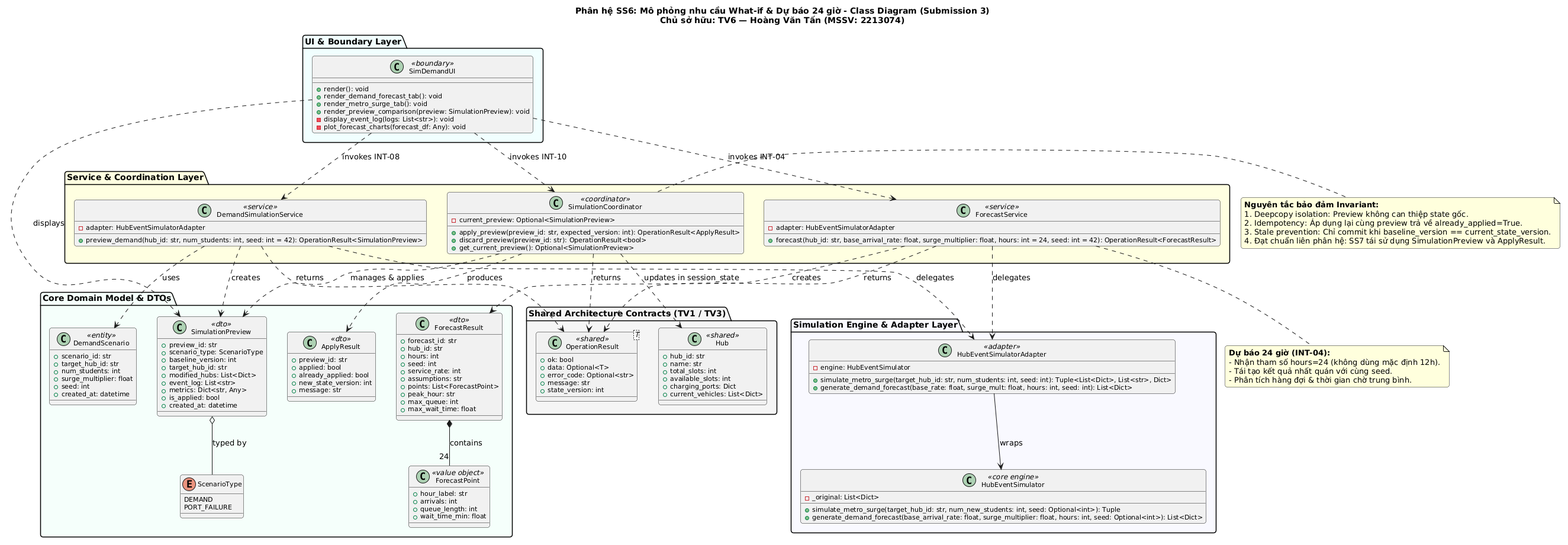
The PlantUML diagram docs/diagrams/submission_3/SS6/class_diagram.png in Dat-nguyen195/BTL_CNPM, before a commit.
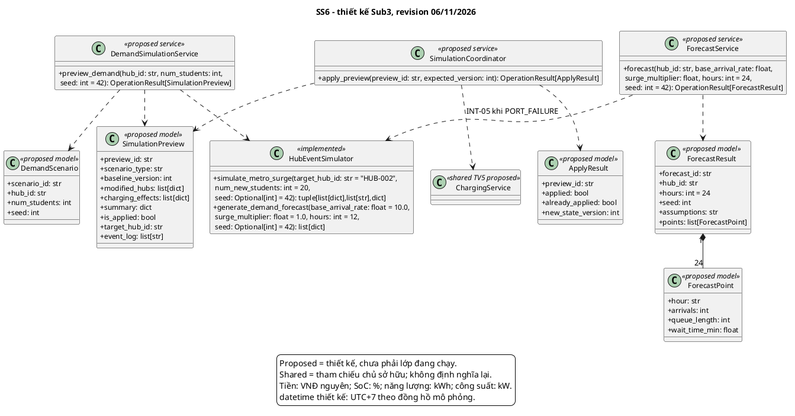
After the change.

The edit, as a diff of the source:
```diff
@@ -1,169 +1,78 @@
-@startuml class_diagram_ss6
+@startuml
 skinparam backgroundColor white
 skinparam shadowing false
-skinparam defaultFontName "Segoe UI", Arial, SansSerif
-skinparam roundCorner 8
-skinparam classFontSize 12
-skinparam classAttributeFontSize 11
+skinparam defaultFontName SansSerif
+skinparam classAttributeIconSize 0
+skinparam classFontSize 14
+skinparam classAttributeFontSize 12
+skinparam nodesep 28
+skinparam ranksep 32
+title SS6 - thiết kế Sub3, revision 06/11/2026
+class DemandScenario <<proposed model>> {
+  +scenario_id: str
+  +hub_id: str
+  +num_students: int
+  +seed: int
+}
+class ForecastPoint <<proposed model>> {
+  +hour: str
+  +arrivals: int
+  +queue_length: int
+  +wait_time_min: float
+}
+class ForecastResult <<proposed model>> {
+  +forecast_id: str
+  +hub_id: str
+  +hours: int = 24
+  +seed: int
+  +assumptions: str
+  +points: list[ForecastPoint]
+}
+class SimulationPreview <<proposed model>> {
+  +preview_id: str
+  +scenario_type: str
+  +baseline_version: int
+  +modified_hubs: list[dict]
+  +charging_effects: list[dict]
+  +summary: dict
+  +is_applied: bool
+  +target_hub_id: str
+  +event_log: list[str]
+}
+class ApplyResult <<proposed model>> {
+  +preview_id: str
+  +applied: bool
+  +already_applied: bool
+  +new_state_version: int
+}
+class DemandSimulationService <<proposed service>> {
+  +preview_demand(hub_id: str, num_students: int,\n seed: int = 42): OperationResult[SimulationPreview]
+}
+class ForecastService <<proposed service>> {
+  +forecast(hub_id: str, base_arrival_rate: float,\n surge_multiplier: float, hours: int = 24,\n seed: int = 42): OperationResult[ForecastResult]
+}
+class SimulationCoordinator <<proposed service>> {
+  +apply_preview(preview_id: str, expected_version: int): OperationResult[ApplyResult]
+}
+class HubEventSimulator <<implemented>> {
+  +simulate_metro_surge(target_hub_id: str = "HUB-002",\n num_new_students: int = 20,\n seed: Optional[int] = 42): tuple[list[dict],list[str],dict]
+  +generate_demand_forecast(base_arrival_rate: float = 10.0,\n surge_multiplier: float = 1.0, hours: int = 12,\n seed: Optional[int] = 42): list[dict]
+}
+ForecastResult "1" *-- "24" ForecastPoint
+DemandSimulationService ..> DemandScenario
+DemandSimulationService ..> SimulationPreview
+ForecastService ..> ForecastResult
+SimulationCoordinator ..> SimulationPreview
+SimulationCoordinator ..> ApplyResult
+DemandSimulationService ..> HubEventSimulator
+ForecastService ..> HubEventSimulator
+SimulationCoordinator ..> ChargingService : INT-05 khi PORT_FAILURE
+class ChargingService <<shared TV5 proposed>>
 
-title "Phân hệ SS6: Mô phỏng nhu cầu What-if & Dự báo 24 giờ - Class Diagram (Submission 3)\nChủ sở hữu: TV6 — Hoàng Văn Tấn (MSSV: 2213074)"
-
-package "UI & Boundary Layer" #Azure {
-    class SimDemandUI <<boundary>> {
-        + render(): void
-        + render_demand_forecast_tab(): void
-        + render_metro_surge_tab(): void
-        + render_preview_comparison(preview: SimulationPreview): void
-        - display_event_log(logs: List<str>): void
-        - plot_forecast_charts(forecast_df: Any): void
-    }
-}
-
-package "Service & Coordination Layer" #LightYellow {
-    class DemandSimulationService <<service>> {
-        - adapter: HubEventSimulatorAdapter
-        + preview_demand(hub_id: str, num_students: int, seed: int = 42): OperationResult<SimulationPreview>
-    }
-
-    class ForecastService <<service>> {
-        - adapter: HubEventSimulatorAdapter
-        + forecast(hub_id: str, base_arrival_rate: float, surge_multiplier: float, hours: int = 24, seed: int = 42): OperationResult<ForecastResult>
-    }
-
-    class SimulationCoordinator <<coordinator>> {
-        - current_preview: Optional<SimulationPreview>
-        + apply_preview(preview_id: str, expected_version: int): OperationResult<ApplyResult>
-        + discard_preview(preview_id: str): OperationResult<bool>
-        + get_current_preview(): Optional<SimulationPreview>
-    }
-}
-
-package "Core Domain Model & DTOs" #MintCream {
-    enum ScenarioType {
-        DEMAND
-        PORT_FAILURE
-    }
-
-    class DemandScenario <<entity>> {
-        + scenario_id: str
-        + target_hub_id: str
-        + num_students: int
-        + surge_multiplier: float
-        + seed: int
-        + created_at: datetime
-    }
-
-    class ForecastPoint <<value object>> {
-        + hour_label: str
-        + arrivals: int
-        + queue_length: int
-        + wait_time_min: float
-    }
-
-    class ForecastResult <<dto>> {
-        + forecast_id: str
-        + hub_id: str
-        + hours: int
-        + seed: int
-        + service_rate: int
-        + assumptions: str
-        + points: List<ForecastPoint>
-        + peak_hour: str
-        + max_queue: int
-        + max_wait_time: float
-    }
-
-    class SimulationPreview <<dto>> {
-        + preview_id: str
-        + scenario_type: ScenarioType
-        + baseline_version: int
-        + target_hub_id: str
-        + modified_hubs: List<Dict>
-        + event_log: List<str>
-        + metrics: Dict<str, Any>
-        + is_applied: bool
-        + created_at: datetime
-    }
-
-    class ApplyResult <<dto>> {
-        + preview_id: str
-        + applied: bool
-        + already_applied: bool
-        + new_state_version: int
-        + message: str
-    }
-}
-
-package "Shared Architecture Contracts (TV1 / TV3)" #WhiteSmoke {
-    class OperationResult<T> <<shared>> {
-        + ok: bool
-        + data: Optional<T>
-        + error_code: Optional<str>
-        + message: str
-        + state_version: int
-    }
-
-    class Hub <<shared>> {
-        + hub_id: str
-        + name: str
-        + total_slots: int
-        + available_slots: int
-        + charging_ports: Dict
-        + current_vehicles: List<Dict>
-    }
-}
-
-package "Simulation Engine & Adapter Layer" #GhostWhite {
-    class HubEventSimulatorAdapter <<adapter>> {
-        - engine: HubEventSimulator
-        + simulate_metro_surge(target_hub_id: str, num_students: int, seed: int): Tuple<List<Dict>, List<str>, Dict>
-        + generate_demand_forecast(base_rate: float, surge_mult: float, hours: int, seed: int): List<Dict>
-    }
-
-    class HubEventSimulator <<core engine>> {
-        - _original: List<Dict>
-        + simulate_metro_surge(target_hub_id: str, num_new_students: int, seed: Optional<int>): Tuple
-        + generate_demand_forecast(base_arrival_rate: float, surge_multiplier: float, hours: int, seed: Optional<int>): List<Dict>
-    }
-}
-
-SimDemandUI ..> DemandSimulationService : invokes INT-08
-SimDemandUI ..> ForecastService : invokes INT-04
-SimDemandUI ..> SimulationCoordinator : invokes INT-10
-SimDemandUI ..> SimulationPreview : displays
-
-DemandSimulationService ..> HubEventSimulatorAdapter : delegates
-ForecastService ..> HubEventSimulatorAdapter : delegates
-HubEventSimulatorAdapter --> HubEventSimulator : wraps
-
-DemandSimulationService ..> SimulationPreview : creates
-DemandSimulationService ..> DemandScenario : uses
-ForecastService ..> ForecastResult : creates
-ForecastResult *-- "24" ForecastPoint : contains
-
-SimulationCoordinator ..> SimulationPreview : manages & applies
-SimulationCoordinator ..> ApplyResult : produces
-SimulationCoordinator ..> Hub : updates in session_state
-
-DemandSimulationService ..> OperationResult : returns
-ForecastService ..> OperationResult : returns
-SimulationCoordinator ..> OperationResult : returns
-
-SimulationPreview o-- ScenarioType : typed by
-
-note right of SimulationCoordinator
-  <b>Nguyên tắc bảo đảm Invariant:</b>
-  1. Deepcopy isolation: Preview không can thiệp state gốc.
-  2. Idempotency: Áp dụng lại cùng preview trả về already_applied=True.
-  3. Stale prevention: Chỉ commit khi baseline_version == current_state_version.
-  4. Đạt chuẩn liên phân hệ: SS7 tái sử dụng SimulationPreview và ApplyResult.
-end note
-
-note bottom of ForecastService
-  <b>Dự báo 24 giờ (INT-04):</b>
-  - Nhận tham số hours=24 (không dùng mặc định 12h).
-  - Tái tạo kết quả nhất quán với cùng seed.
-  - Phân tích hàng đợi & thời gian chờ trung bình.
-end note
-
+legend bottom
+  Proposed = thiết kế, chưa phải lớp đang chạy.
+  Shared = tham chiếu chủ sở hữu; không định nghĩa lại.
+  Tiền: VNĐ nguyên; SoC: %; năng lượng: kWh; công suất: kW.
+  datetime thiết kế: UTC+7 theo đồng hồ mô phỏng.
+endlegend
 @enduml
```
